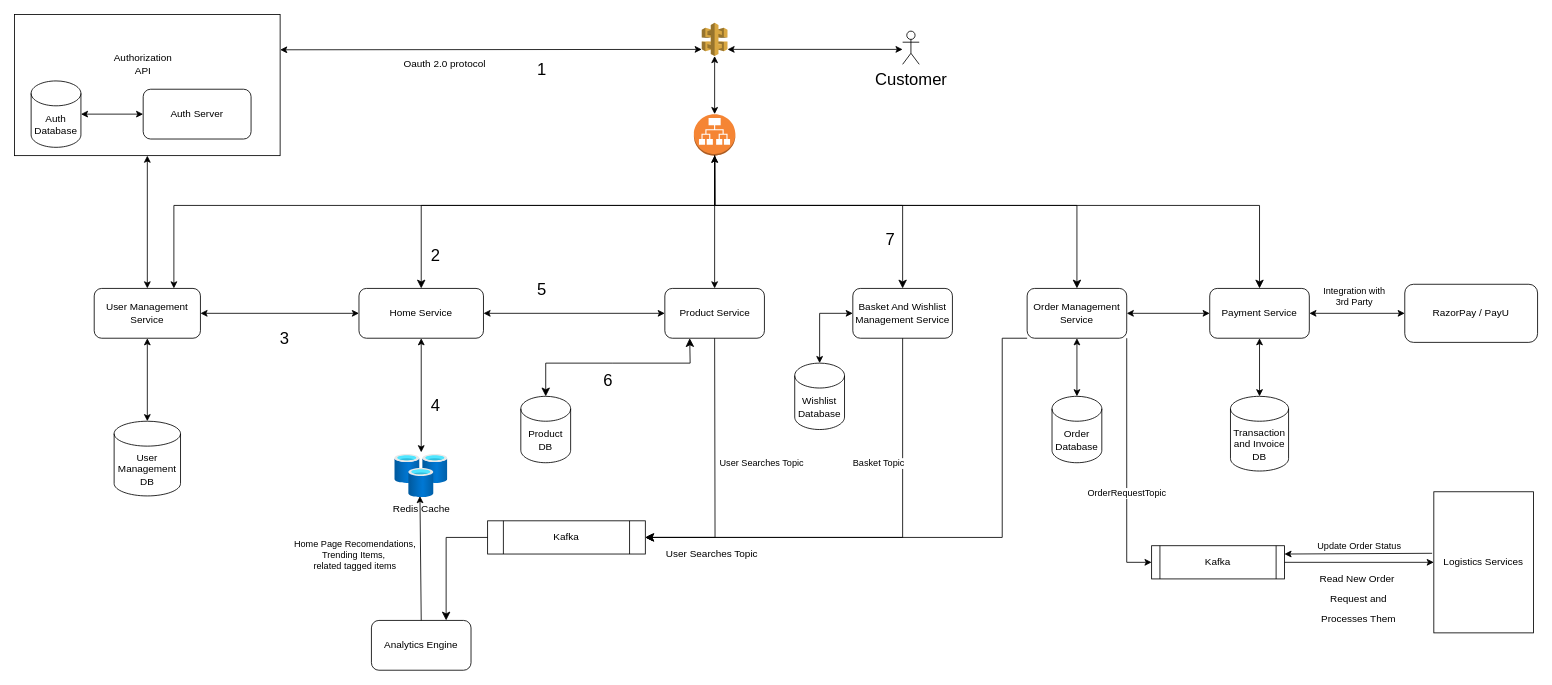
Above: customer-ecommerce.drawio in bvkprasad/architecture-diagrams (draw.io), before the change. Source tidied: cells renumbered, new cells numbered last; positions are measured from the earlier drawing's top-left corner, leaving out a move shared by most shapes. Both pictures are drawn from the tidied source at 83%, with x=0, y=0 at pixel (14, 14).
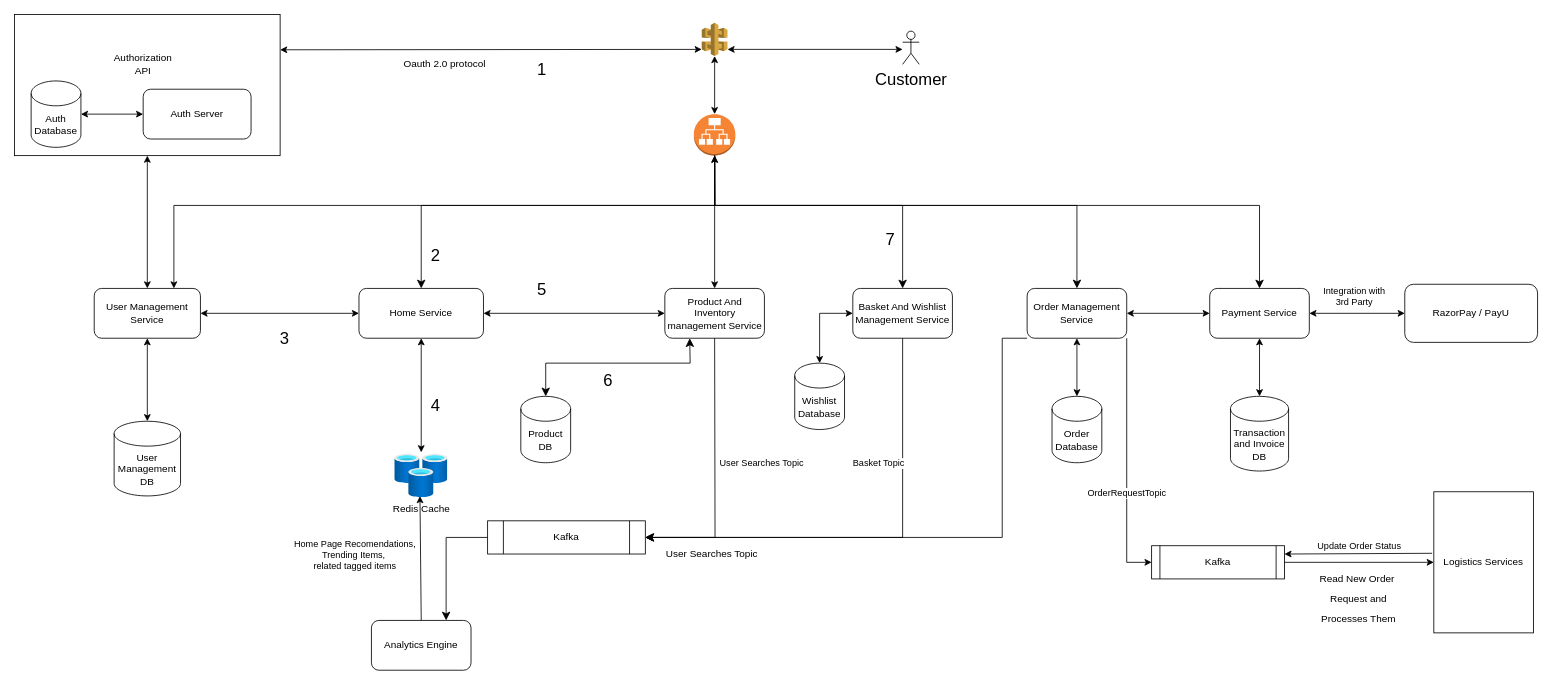
Above is the later version.

Commit message:
Product and Inventory Management customer-ecommerce.drawio

Change to the diagram source:
```diff
@@
-    <mxCell id="10" value="Product Service" style="rounded=1;whiteSpace=wrap;html=1;" parent="1" vertex="1">
+    <mxCell id="10" value="Product And Inventory management Service" style="rounded=1;whiteSpace=wrap;html=1;" parent="1" vertex="1">
       <mxGeometry x="783.5" y="330" width="120" height="60" as="geometry" />
     </mxCell>
```
